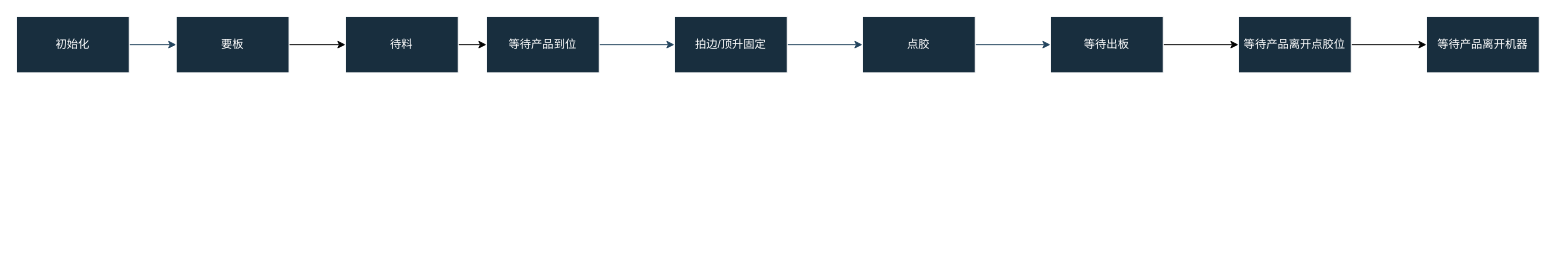
The draw.io diagram 1.drawio in mtpatient/flow_chart, before the edit. Source tidied: cells renumbered, new cells numbered last; positions are measured from the earlier drawing's top-left corner, leaving out a move shared by most shapes. Both pictures are drawn from the tidied source at 94%, with x=0, y=0 at pixel (16, 16).
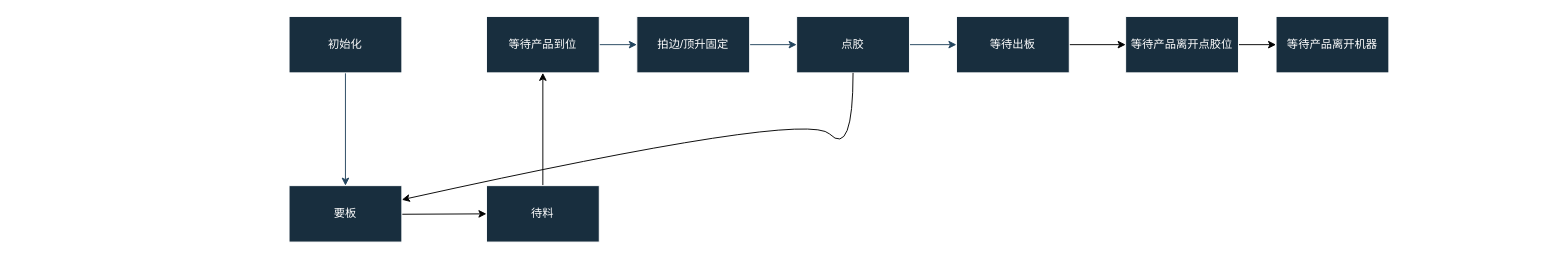
The same page after the edit.

Unchanged cells that the change refers to:
```xml
<mxCell id="7" value="等待产品到位" style="whiteSpace=wrap;html=1;fillColor=#182E3E;strokeColor=#FFFFFF;fontColor=#FFFFFF;labelBackgroundColor=none;" parent="1" vertex="1">
  <mxGeometry x="500" width="120" height="60" as="geometry" />
</mxCell>
```

Diff of the diagram source:
```diff
@@
     <mxCell id="3" value="初始化" style="whiteSpace=wrap;html=1;labelBackgroundColor=none;fillColor=#182E3E;strokeColor=#FFFFFF;fontColor=#FFFFFF;" parent="1" vertex="1">
-      <mxGeometry width="120" height="60" as="geometry" />
+      <mxGeometry x="290" width="120" height="60" as="geometry" />
     </mxCell>
-    <mxCell id="4" style="edgeStyle=orthogonalEdgeStyle;rounded=0;jettySize=auto;html=1;" parent="1" edge="1" source="5" target="15">
-      <mxGeometry relative="1" as="geometry" />
+    <mxCell id="4" style="edgeStyle=orthogonalEdgeStyle;rounded=0;jettySize=auto;html=1;entryX=0;entryY=0.5;entryDx=0;entryDy=0;" parent="1" edge="1" target="15">
+      <mxGeometry relative="1" as="geometry">
+        <mxPoint x="291" y="210" as="sourcePoint" />
+      </mxGeometry>
     </mxCell>
     <mxCell id="5" value="要板" style="whiteSpace=wrap;html=1;fillColor=#182E3E;strokeColor=#FFFFFF;fontColor=#FFFFFF;labelBackgroundColor=none;" parent="1" vertex="1">
-      <mxGeometry x="170" width="120" height="60" as="geometry" />
+      <mxGeometry x="290" y="180" width="120" height="60" as="geometry" />
     </mxCell>
@@
     <mxCell id="9" value="拍边/顶升固定" style="whiteSpace=wrap;html=1;fillColor=#182E3E;strokeColor=#FFFFFF;fontColor=#FFFFFF;labelBackgroundColor=none;" parent="1" vertex="1">
-      <mxGeometry x="700" width="120" height="60" as="geometry" />
+      <mxGeometry x="660" width="120" height="60" as="geometry" />
     </mxCell>
@@
     <mxCell id="11" value="点胶" style="whiteSpace=wrap;html=1;fillColor=#182E3E;strokeColor=#FFFFFF;fontColor=#FFFFFF;labelBackgroundColor=none;" parent="1" vertex="1">
-      <mxGeometry x="900" width="120" height="60" as="geometry" />
+      <mxGeometry x="830" width="120" height="60" as="geometry" />
     </mxCell>
@@
     <mxCell id="13" value="等待出板" style="whiteSpace=wrap;html=1;fillColor=#182E3E;strokeColor=#FFFFFF;fontColor=#FFFFFF;labelBackgroundColor=none;" parent="1" vertex="1">
-      <mxGeometry x="1100" width="120" height="60" as="geometry" />
+      <mxGeometry x="1000" width="120" height="60" as="geometry" />
     </mxCell>
-    <mxCell id="14" style="edgeStyle=orthogonalEdgeStyle;rounded=0;jettySize=auto;html=1;exitX=1;exitY=0.5;exitDx=0;exitDy=0;entryX=0;entryY=0.5;entryDx=0;entryDy=0;" parent="1" edge="1" source="15" target="7">
+    <mxCell id="14" style="edgeStyle=orthogonalEdgeStyle;rounded=0;jettySize=auto;html=1;entryX=0.5;entryY=1;entryDx=0;entryDy=0;" parent="1" edge="1" source="15" target="7">
       <mxGeometry relative="1" as="geometry" />
     </mxCell>
     <mxCell id="15" value="待料" style="whiteSpace=wrap;html=1;fillColor=#182E3E;strokeColor=#FFFFFF;fontColor=#FFFFFF;labelBackgroundColor=none;" parent="1" vertex="1">
-      <mxGeometry x="350" width="120" height="60" as="geometry" />
+      <mxGeometry x="500" y="180" width="120" height="60" as="geometry" />
     </mxCell>
@@
     <mxCell id="17" value="等待产品离开点胶位" style="whiteSpace=wrap;html=1;fillColor=#182E3E;strokeColor=#FFFFFF;fontColor=#FFFFFF;labelBackgroundColor=none;" parent="1" vertex="1">
-      <mxGeometry x="1300" width="120" height="60" as="geometry" />
+      <mxGeometry x="1180" width="120" height="60" as="geometry" />
     </mxCell>
     <mxCell id="18" value="等待产品离开机器" style="whiteSpace=wrap;html=1;fillColor=#182E3E;strokeColor=#FFFFFF;fontColor=#FFFFFF;labelBackgroundColor=none;" parent="1" vertex="1">
-      <mxGeometry x="1500" width="120" height="60" as="geometry" />
+      <mxGeometry x="1340" width="120" height="60" as="geometry" />
     </mxCell>
+    <mxCell id="19" style="curved=1;endArrow=classic;html=1;rounded=0;entryX=1;entryY=0.25;entryDx=0;entryDy=0;" parent="1" edge="1" source="11" target="5">
+      <mxGeometry relative="1" as="geometry">
+        <Array as="points">
+          <mxPoint x="890" y="150" />
+          <mxPoint x="840" y="100" />
+        </Array>
+      </mxGeometry>
+    </mxCell>
```
